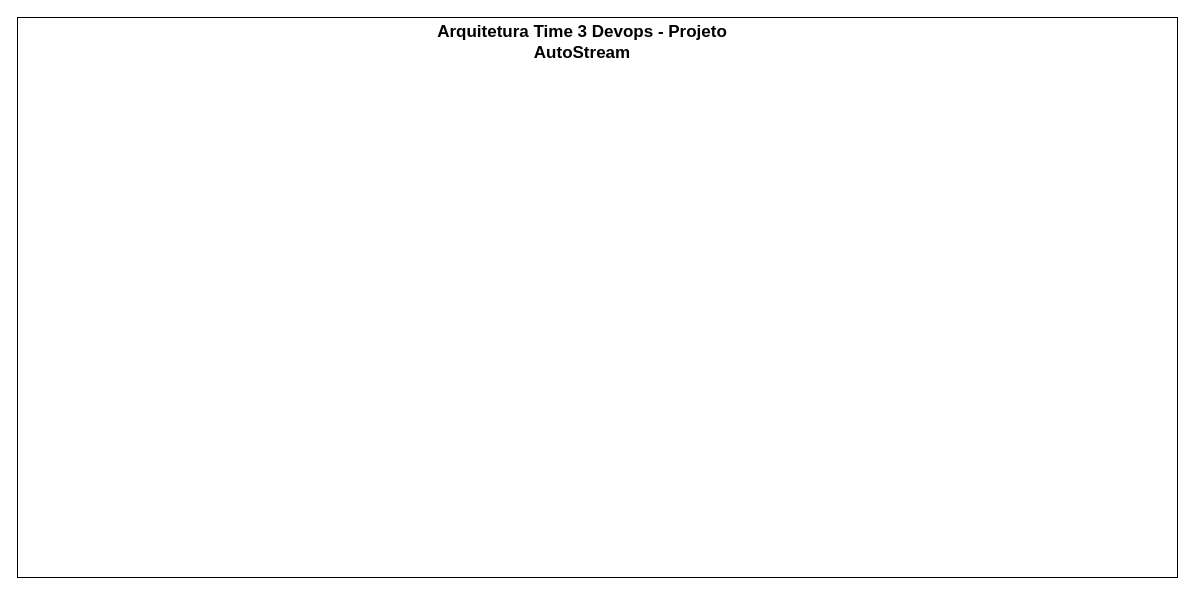
The draw.io diagram mentoria.drawio in cloud3-0/mentoria_cloud_draw.io, before the edit. Source tidied: cells renumbered, new cells numbered last; positions are measured from the earlier drawing's top-left corner, leaving out a move shared by most shapes. Both pictures are drawn from the tidied source at 100%, with x=0, y=0 at pixel (17, 17).
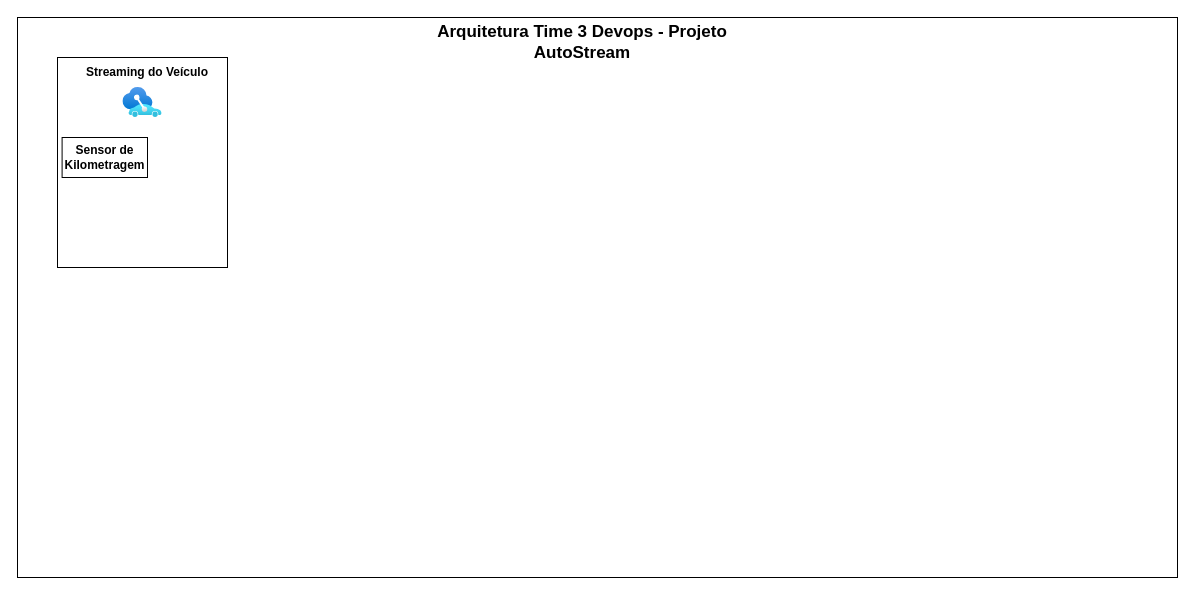
The same diagram, later.

Diff of the diagram source:
```diff
@@
 <mxGraphModel>
   <root>
     <mxCell id="0" />
     <mxCell id="1" parent="0" />
     <mxCell id="2" style="rounded=0;whiteSpace=wrap;html=1;" parent="1" vertex="1">
       <mxGeometry width="1160" height="560" as="geometry" />
     </mxCell>
     <mxCell id="3" value="Arquitetura Time 3 Devops - Projeto AutoStream" style="text;strokeColor=none;align=center;fillColor=none;html=1;verticalAlign=middle;whiteSpace=wrap;rounded=0;fontStyle=1;fontSize=17;" parent="1" vertex="1">
       <mxGeometry x="380" y="10" width="370" height="30" as="geometry" />
     </mxCell>
+    <mxCell id="4" style="rounded=0;whiteSpace=wrap;html=1;" parent="1" vertex="1">
+      <mxGeometry x="40" y="40" width="170" height="210" as="geometry" />
+    </mxCell>
+    <mxCell id="5" value="Streaming do Veículo" style="text;strokeColor=none;align=center;fillColor=none;html=1;verticalAlign=middle;whiteSpace=wrap;rounded=0;fontStyle=1;" parent="1" vertex="1">
+      <mxGeometry x="50" y="40" width="160" height="30" as="geometry" />
+    </mxCell>
+    <mxCell id="6" style="image;html=1;align=center;fontSize=12;image=img/lib/azure2/other/Connected_Vehicle_Platform.svg;" parent="1" vertex="1">
+      <mxGeometry x="105.4" y="70" width="39.2" height="30" as="geometry" />
+    </mxCell>
+    <mxCell id="7" style="group;" parent="1" vertex="1">
+      <mxGeometry x="44.6" y="120" width="85.4" height="40" as="geometry" />
+    </mxCell>
+    <mxCell id="8" style="rounded=0;whiteSpace=wrap;html=1;" parent="7" vertex="1">
+      <mxGeometry width="85.4" height="40" as="geometry" />
+    </mxCell>
+    <mxCell id="9" value="Sensor de Kilometragem" style="text;align=center;html=1;verticalAlign=middle;whiteSpace=wrap;rounded=0;fontStyle=1;" parent="7" vertex="1">
+      <mxGeometry x="17.1" y="8" width="51.2" height="24" as="geometry" />
+    </mxCell>
   </root>
 </mxGraphModel>
```
